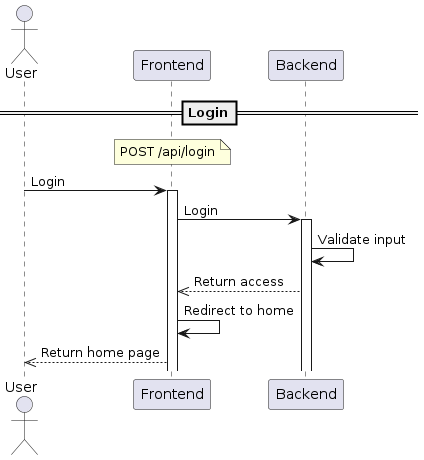
Earlier version of the PlantUML export out/Sequence-diagram/Login.png (Nxwbtk/SA-Diagram).
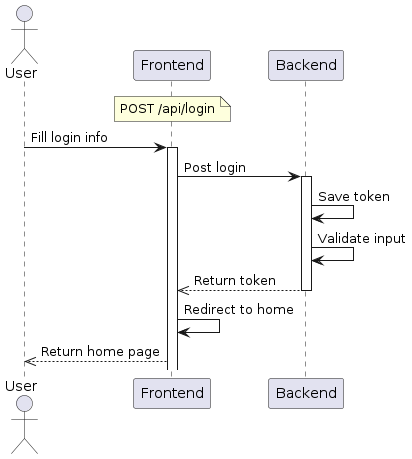
After the commit.

What changed in the source:
```diff
@@ -1,15 +1,16 @@
 @startuml
-==Login==
 actor User
 participant "Frontend" as FE
 participant "Backend" as BE
 note over FE: POST /api/login
-User -> FE: Login
+User -> FE: Fill login info
 activate FE
-FE -> BE: Login
+FE -> BE: Post login
 activate BE
+BE -> BE: Save token
 BE -> BE: Validate input
-BE -->> FE: Return access
+BE -->> FE: Return token
+deactivate BE
 FE -> FE: Redirect to home
 FE -->> User: Return home page
 @enduml
```
